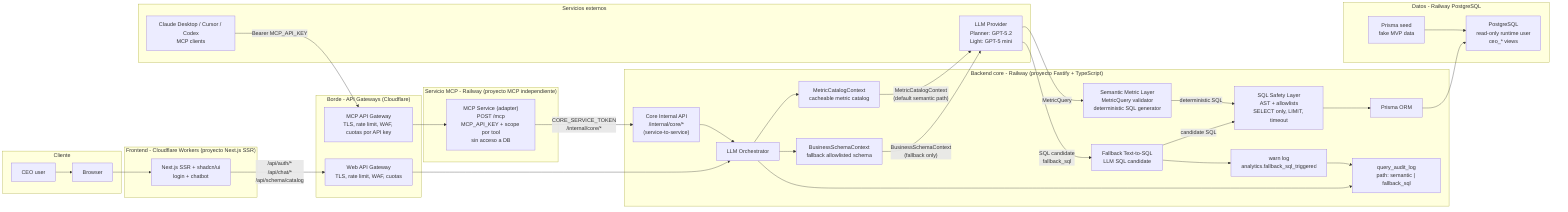
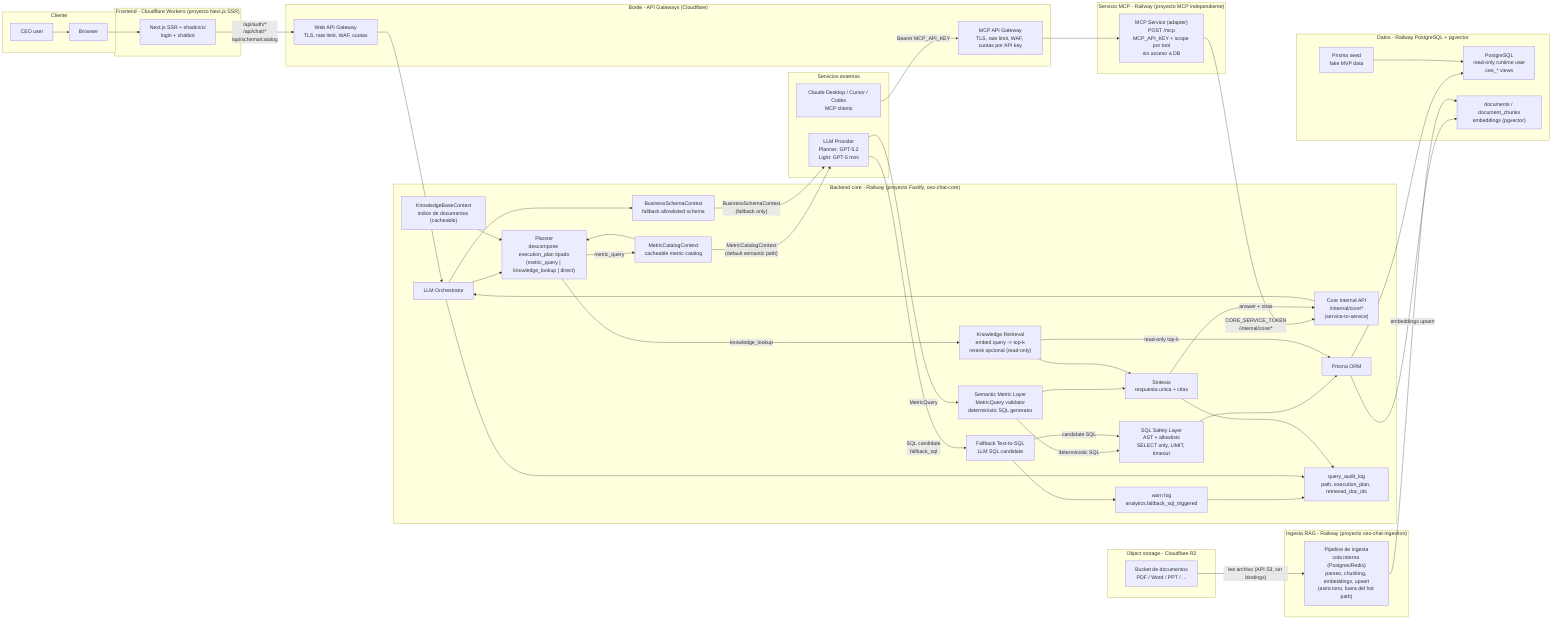
flowchart LR
  subgraph client["Cliente"]
    CEO["CEO user"]
    Browser["Browser"]
  end

  subgraph cf["Frontend - Cloudflare Workers (proyecto Next.js SSR)"]
    Next["Next.js SSR + shadcn/ui\nlogin + chatbot"]
  end

  subgraph edge["Borde - API Gateways (Cloudflare)"]
    WebGW["Web API Gateway\nTLS, rate limit, WAF, cuotas"]
    McpGW["MCP API Gateway\nTLS, rate limit, WAF, cuotas por API key"]
  end

-   subgraph railwayApi["Backend core - Railway (proyecto Fastify + TypeScript)"]
+   subgraph railwayApi["Backend core - Railway (proyecto Fastify, ceo-chat-core)"]
    CoreAPI["Core Internal API\n/internal/core/*\n(service-to-service)"]
    Orchestrator["LLM Orchestrator"]
+     Planner["Planner\ndescompone execution_plan tipado\n(metric_query | knowledge_lookup | direct)"]
    MetricContext["MetricCatalogContext\ncacheable metric catalog"]
+     KnowledgeContext["KnowledgeBaseContext\nindice de documentos (cacheable)"]
    BusinessContext["BusinessSchemaContext\nfallback allowlisted schema"]
    Semantic["Semantic Metric Layer\nMetricQuery validator\ndeterministic SQL generator"]
+     KnowledgeRetrieval["Knowledge Retrieval\nembed query -> top-k\nrerank opcional (read-only)"]
    FallbackSQL["Fallback Text-to-SQL\nLLM SQL candidate"]
    Safety["SQL Safety Layer\nAST + allowlists\nSELECT only, LIMIT, timeout"]
+     Synth["Sintesis\nrespuesta unica + citas"]
    Prisma["Prisma ORM"]
    FallbackLog["warn log\nanalytics.fallback_sql_triggered"]
-     Audit["query_audit_log\npath: semantic | fallback_sql"]
+     Audit["query_audit_log\npath, execution_plan, retrieved_doc_ids"]
+   end
+ 
+   subgraph ingestion["Ingesta RAG - Railway (proyecto ceo-chat-ingestion)"]
+     Ingest["Pipeline de ingesta\ncola interna (Postgres/Redis)\nparseo, chunking, embeddings, upsert\n(asincrono, fuera del hot path)"]
+   end
+ 
+   subgraph storage["Object storage - Cloudflare R2"]
+     R2["Bucket de documentos\nPDF / Word / PPT / ..."]
  end

  subgraph mcpsvc["Servicio MCP - Railway (proyecto MCP independiente)"]
    MCPsvc["MCP Service (adapter)\nPOST /mcp\nMCP_API_KEY + scope por tool\nsin acceso a DB"]
  end

-   subgraph railwayDb["Datos - Railway PostgreSQL"]
+   subgraph railwayDb["Datos - Railway PostgreSQL + pgvector"]
    Postgres["PostgreSQL\nread-only runtime user\nceo_* views"]
+     Vectors["documents / document_chunks\nembeddings (pgvector)"]
    Seed["Prisma seed\nfake MVP data"]
  end

  subgraph external["Servicios externos"]
    LLM["LLM Provider\nPlanner: GPT-5.2\nLight: GPT-5 mini"]
    ExternalClients["Claude Desktop / Cursor / Codex\nMCP clients"]
  end

  CEO --> Browser
  Browser --> Next
  Next -->|"/api/auth/*\n/api/chat/*\n/api/schema/catalog"| WebGW
  WebGW --> Orchestrator
  ExternalClients -->|"Bearer MCP_API_KEY"| McpGW
  McpGW --> MCPsvc
  MCPsvc -->|"CORE_SERVICE_TOKEN\n/internal/core/*"| CoreAPI
  CoreAPI --> Orchestrator
-   Orchestrator --> MetricContext
+   Orchestrator --> Planner
+   MetricContext --> Planner
+   KnowledgeContext --> Planner
+   Planner -->|"metric_query"| MetricContext
+   Planner -->|"knowledge_lookup"| KnowledgeRetrieval
  MetricContext -->|"MetricCatalogContext\n(default semantic path)"| LLM
  LLM -->|"MetricQuery"| Semantic
  Orchestrator --> BusinessContext
  BusinessContext -->|"BusinessSchemaContext\n(fallback only)"| LLM
  LLM -->|"SQL candidate\nfallback_sql"| FallbackSQL
  Semantic -->|"deterministic SQL"| Safety
  FallbackSQL -->|"candidate SQL"| Safety
  FallbackSQL --> FallbackLog
  FallbackLog --> Audit
  Safety --> Prisma
  Prisma --> Postgres
+   KnowledgeRetrieval -->|"read-only top-k"| Prisma
+   Prisma --> Vectors
+   Semantic --> Synth
+   KnowledgeRetrieval --> Synth
+   Synth -->|"answer + citas"| CoreAPI
  Seed --> Postgres
+   R2 -->|"lee archivo (API S3, sin bindings)"| Ingest
+   Ingest -->|"embeddings upsert"| Vectors
  Orchestrator --> Audit
+   Synth --> Audit
